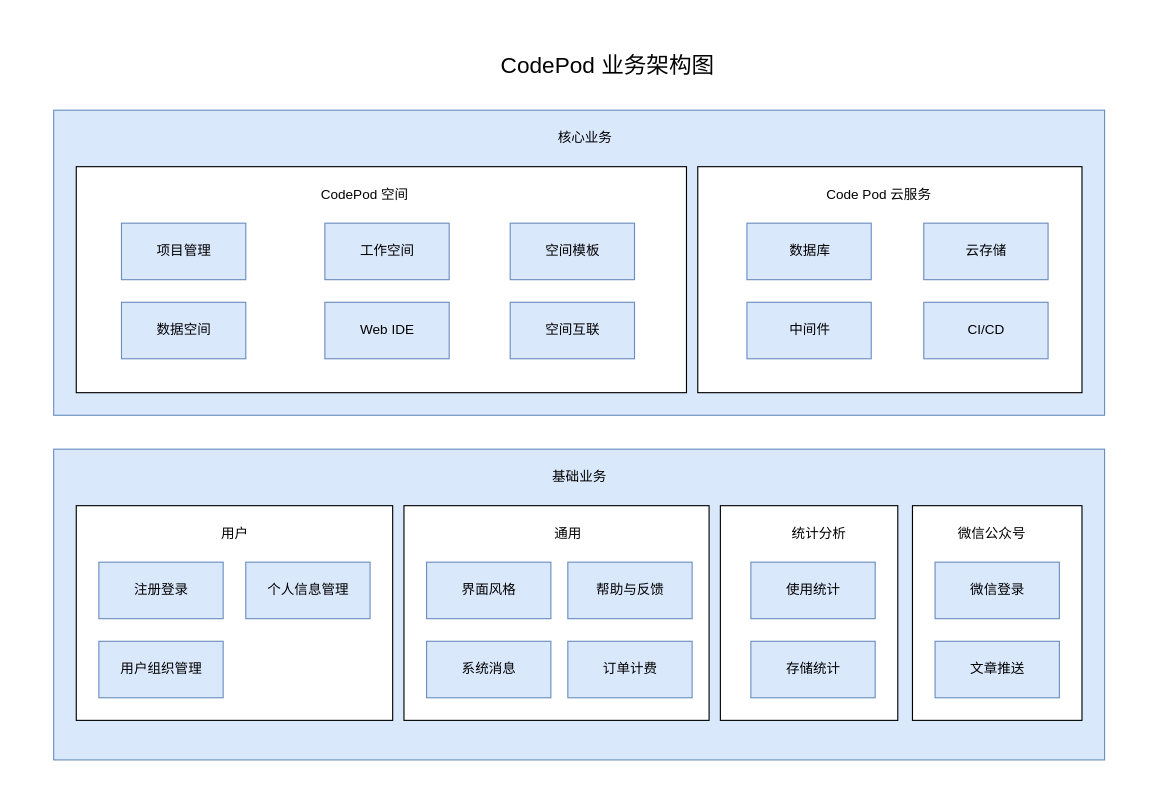
This is business/_design/business_arch.drawio from codepodspace/docs, a draw.io file, before an edit. Source tidied: cells renumbered, new cells numbered last; positions are measured from the earlier drawing's top-left corner, leaving out a move shared by most shapes. Both pictures are drawn from the tidied source at 113%, with x=0, y=0 at pixel (53, 42).
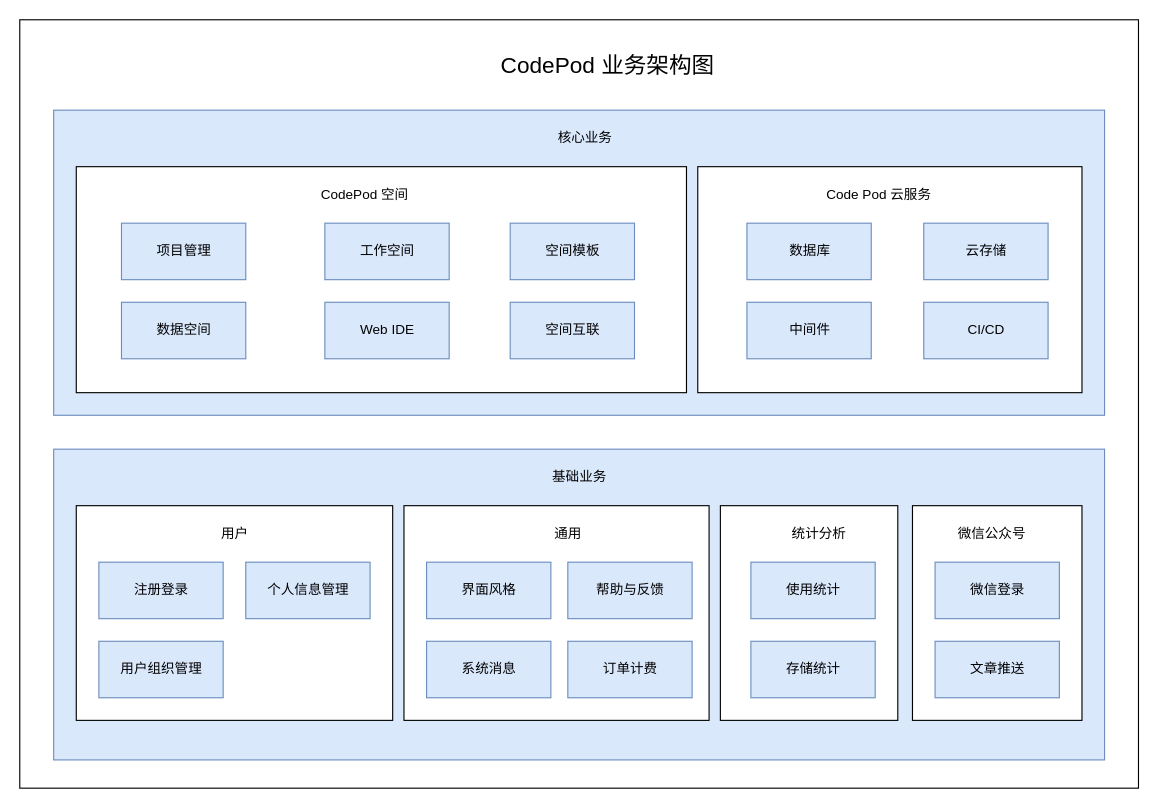
The same page after the edit.

Diff of the diagram source:
```diff
@@
+    <mxCell id="40" style="rounded=0;whiteSpace=wrap;html=1;" parent="1" vertex="1">
+      <mxGeometry x="-30" y="-20" width="990" height="680" as="geometry" />
+    </mxCell>
```
